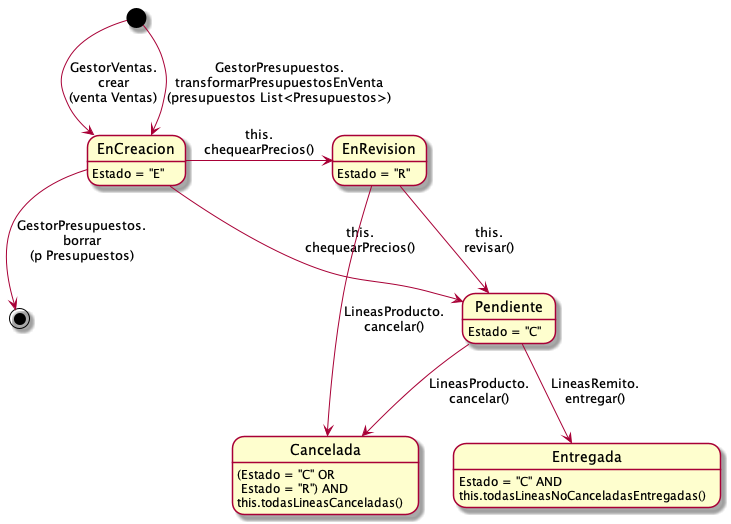
Before: Informe Final/Imagenes/DiagramasEstado/DiagramaDeEstado/ventas.png, a diagram exported from PlantUML (ZMGestion/DocumentacionZMGestion).
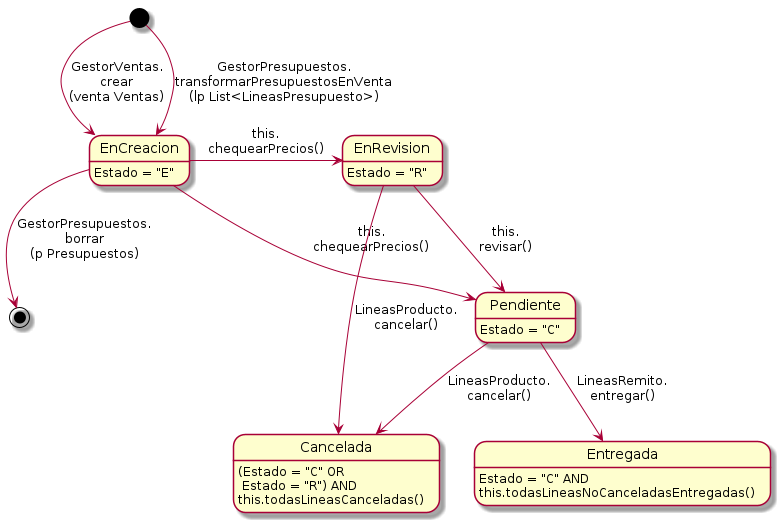
Above is the later version.

Change to the diagram source:
```diff
@@ -10,7 +10,7 @@
 Entregada: this.todasLineasNoCanceladasEntregadas()
 
 [*] --> EnCreacion: GestorVentas.\ncrear\n(venta Ventas)
-[*] --> EnCreacion: GestorPresupuestos.\ntransformarPresupuestosEnVenta\n(presupuestos List<Presupuestos>)
+[*] --> EnCreacion: GestorPresupuestos.\ntransformarPresupuestosEnVenta\n(lp List<LineasPresupuesto>)
 EnCreacion --> [*]: GestorPresupuestos.\nborrar\n(p Presupuestos)
 EnCreacion -> EnRevision: this.\nchequearPrecios()
 EnCreacion --> Pendiente: this.\nchequearPrecios()
```
